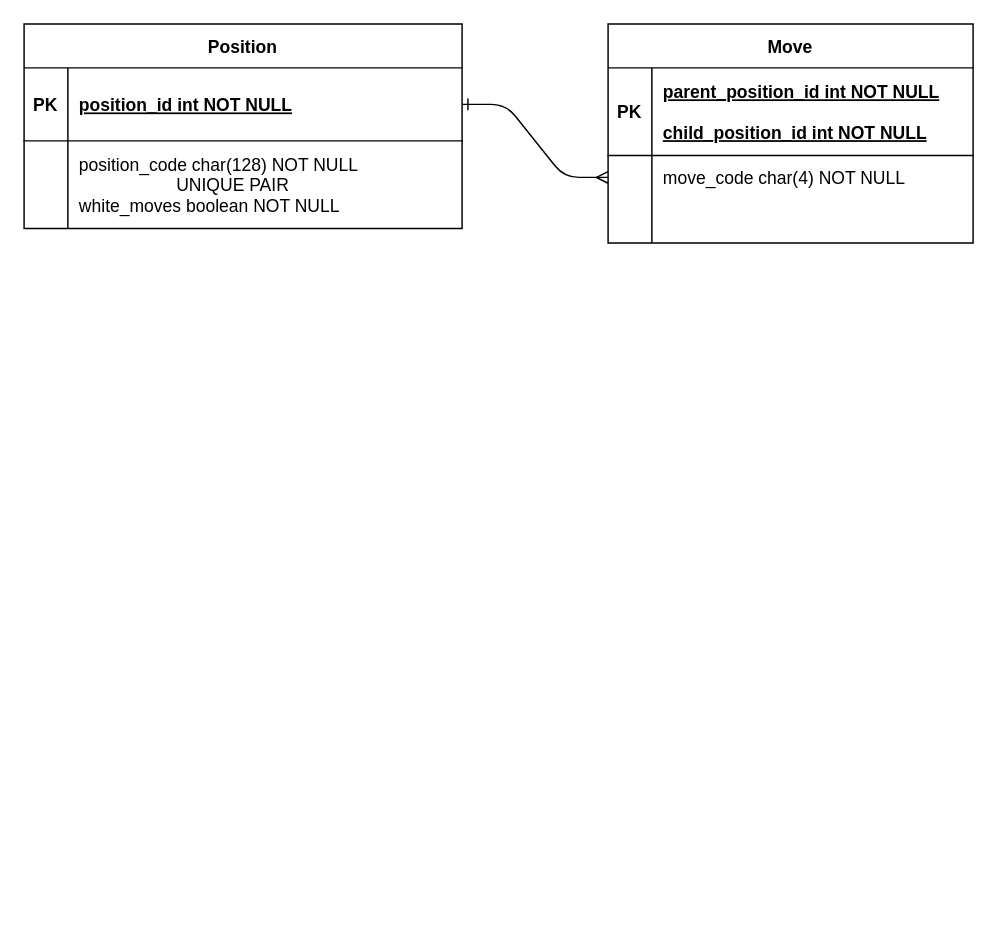
Before: documentation/database.drawio in skoda-octavia/chessEngine, a draw.io diagram. Source tidied: cells renumbered, new cells numbered last; positions are measured from the earlier drawing's top-left corner, leaving out a move shared by most shapes. Both pictures are drawn from the tidied source at 146%, with x=0, y=0 at pixel (23, 23).
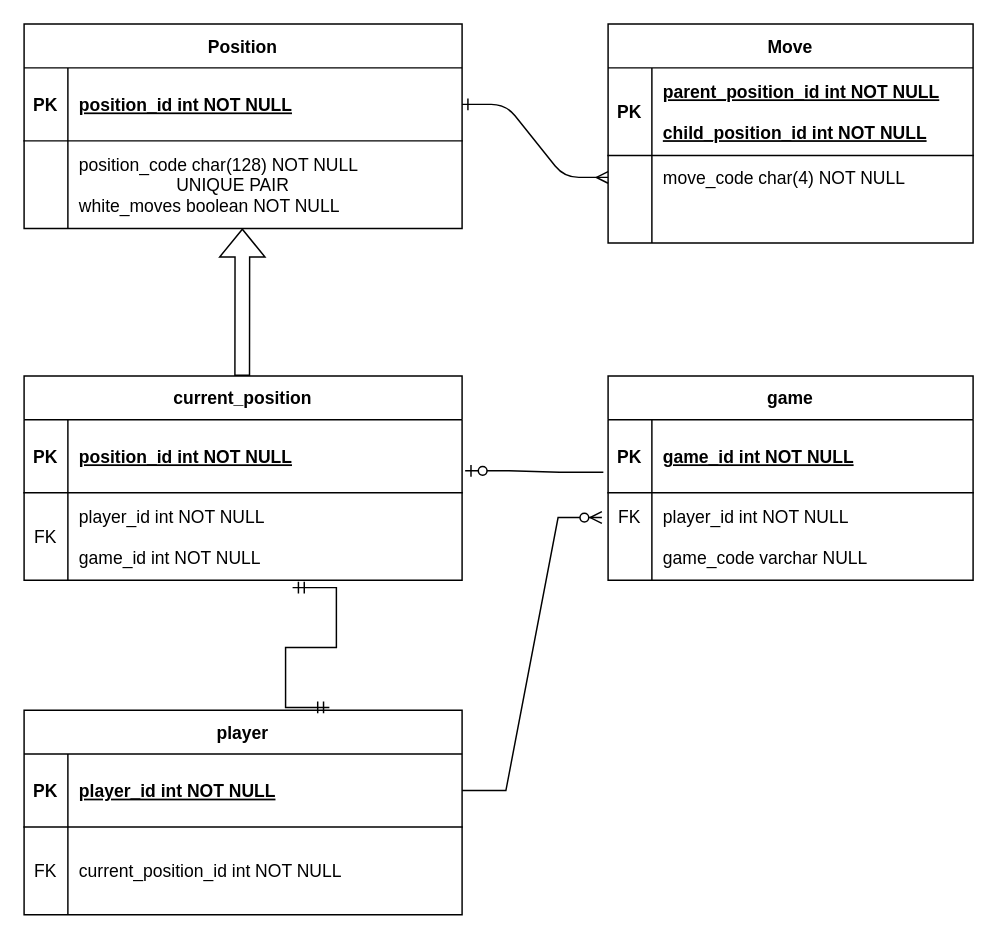
The same page after the edit.

Commit message (it also covers changes not shown here):
database extended

What changed in the source:
```diff
@@
+    <mxCell id="20" value="current_position" style="shape=table;startSize=30;childLayout=tableLayout;rowLines=0;fontStyle=1;align=center;" parent="1" vertex="1">
+      <mxGeometry y="241" width="300" height="140" as="geometry" />
+    </mxCell>
+    <mxCell id="21" style="shape=partialRectangle;fillColor=none;points=[[0,0.5],[1,0.5]];portConstraint=eastwest;top=0;left=0;right=0;bottom=1;" parent="20" vertex="1">
+      <mxGeometry y="30" width="300" height="50" as="geometry" />
+    </mxCell>
+    <mxCell id="22" value="PK" style="shape=partialRectangle;overflow=hidden;fillColor=none;top=0;left=0;bottom=0;right=0;fontStyle=1;" parent="21" vertex="1">
+      <mxGeometry width="30" height="50" as="geometry" />
+    </mxCell>
+    <mxCell id="23" value="position_id int NOT NULL" style="shape=partialRectangle;overflow=hidden;fillColor=none;top=0;left=0;bottom=0;right=0;align=left;spacingLeft=6;fontStyle=5;" parent="21" vertex="1">
+      <mxGeometry x="30" width="270" height="50" as="geometry" />
+    </mxCell>
+    <mxCell id="24" style="shape=partialRectangle;fillColor=none;points=[[0,0.5],[1,0.5]];portConstraint=eastwest;top=0;left=0;right=0;bottom=0;" parent="20" vertex="1">
+      <mxGeometry y="80" width="300" height="60" as="geometry" />
+    </mxCell>
+    <mxCell id="25" value="FK" style="shape=partialRectangle;overflow=hidden;fillColor=none;top=0;left=0;bottom=0;right=0;" parent="24" vertex="1">
+      <mxGeometry width="30" height="60" as="geometry" />
+    </mxCell>
+    <mxCell id="26" value="player_id int NOT NULL&#10;&#10;game_id int NOT NULL" style="shape=partialRectangle;overflow=hidden;fillColor=none;top=0;left=0;bottom=0;right=0;align=left;spacingLeft=6;" parent="24" vertex="1">
+      <mxGeometry x="30" width="270" height="60" as="geometry" />
+    </mxCell>
+    <mxCell id="27" style="shape=flexArrow;endArrow=classic;html=1;rounded=0;entryX=0.41;entryY=1.033;entryDx=0;entryDy=0;entryPerimeter=0;exitX=0.498;exitY=0;exitDx=0;exitDy=0;exitPerimeter=0;" parent="1" edge="1" source="20">
+      <mxGeometry relative="1" as="geometry">
+        <mxPoint x="149.5" y="140" as="targetPoint" />
+      </mxGeometry>
+    </mxCell>
+    <mxCell id="28" value="game" style="shape=table;startSize=30;childLayout=tableLayout;rowLines=0;fontStyle=1;align=center;" parent="1" vertex="1">
+      <mxGeometry x="400" y="241" width="250" height="140" as="geometry" />
+    </mxCell>
+    <mxCell id="29" style="shape=partialRectangle;fillColor=none;points=[[0,0.5],[1,0.5]];portConstraint=eastwest;top=0;left=0;right=0;bottom=1;" parent="28" vertex="1">
+      <mxGeometry y="30" width="250" height="50" as="geometry" />
+    </mxCell>
+    <mxCell id="30" value="PK" style="shape=partialRectangle;overflow=hidden;fillColor=none;top=0;left=0;bottom=0;right=0;fontStyle=1;" parent="29" vertex="1">
+      <mxGeometry width="30" height="50" as="geometry" />
+    </mxCell>
+    <mxCell id="31" value="game_id int NOT NULL" style="shape=partialRectangle;overflow=hidden;fillColor=none;top=0;left=0;bottom=0;right=0;align=left;spacingLeft=6;fontStyle=5;" parent="29" vertex="1">
+      <mxGeometry x="30" width="220" height="50" as="geometry" />
+    </mxCell>
+    <mxCell id="32" style="shape=partialRectangle;fillColor=none;points=[[0,0.5],[1,0.5]];portConstraint=eastwest;top=0;left=0;right=0;bottom=0;" parent="28" vertex="1">
+      <mxGeometry y="80" width="250" height="60" as="geometry" />
+    </mxCell>
+    <mxCell id="33" value="FK&#10;&#10;" style="shape=partialRectangle;overflow=hidden;fillColor=none;top=0;left=0;bottom=0;right=0;" parent="32" vertex="1">
+      <mxGeometry width="30" height="60" as="geometry" />
+    </mxCell>
+    <mxCell id="34" value="player_id int NOT NULL&#10;&#10;game_code varchar NULL" style="shape=partialRectangle;overflow=hidden;fillColor=none;top=0;left=0;bottom=0;right=0;align=left;spacingLeft=6;" parent="32" vertex="1">
+      <mxGeometry x="30" width="220" height="60" as="geometry" />
+    </mxCell>
+    <mxCell id="35" style="edgeStyle=entityRelationEdgeStyle;fontSize=12;html=1;endArrow=ERzeroToOne;endFill=1;rounded=0;entryX=1.007;entryY=0.7;entryDx=0;entryDy=0;entryPerimeter=0;exitX=-0.013;exitY=0.72;exitDx=0;exitDy=0;exitPerimeter=0;" parent="1" edge="1" source="29" target="21">
+      <mxGeometry relative="1" as="geometry" />
+    </mxCell>
+    <mxCell id="36" value="player" style="shape=table;startSize=30;childLayout=tableLayout;rowLines=0;fontStyle=1;align=center;" parent="1" vertex="1">
+      <mxGeometry y="470" width="300" height="140" as="geometry" />
+    </mxCell>
+    <mxCell id="37" style="shape=partialRectangle;fillColor=none;points=[[0,0.5],[1,0.5]];portConstraint=eastwest;top=0;left=0;right=0;bottom=1;" parent="36" vertex="1">
+      <mxGeometry y="30" width="300" height="50" as="geometry" />
+    </mxCell>
+    <mxCell id="38" value="PK" style="shape=partialRectangle;overflow=hidden;fillColor=none;top=0;left=0;bottom=0;right=0;fontStyle=1;" parent="37" vertex="1">
+      <mxGeometry width="30" height="50" as="geometry" />
+    </mxCell>
+    <mxCell id="39" value="player_id int NOT NULL" style="shape=partialRectangle;overflow=hidden;fillColor=none;top=0;left=0;bottom=0;right=0;align=left;spacingLeft=6;fontStyle=5;" parent="37" vertex="1">
+      <mxGeometry x="30" width="270" height="50" as="geometry" />
+    </mxCell>
+    <mxCell id="40" style="shape=partialRectangle;fillColor=none;top=0;left=0;right=0;bottom=0;" parent="36" vertex="1">
+      <mxGeometry y="80" width="300" height="60" as="geometry" />
+    </mxCell>
+    <mxCell id="41" value="FK" style="shape=partialRectangle;overflow=hidden;fillColor=none;top=0;left=0;bottom=0;right=0;" parent="40" vertex="1">
+      <mxGeometry width="30" height="60" as="geometry" />
+    </mxCell>
+    <mxCell id="42" value="current_position_id int NOT NULL" style="shape=partialRectangle;overflow=hidden;fillColor=none;top=0;left=0;bottom=0;right=0;align=left;spacingLeft=6;" parent="40" vertex="1">
+      <mxGeometry x="30" width="270" height="60" as="geometry" />
+    </mxCell>
+    <mxCell id="43" style="edgeStyle=entityRelationEdgeStyle;fontSize=12;html=1;endArrow=ERzeroToMany;endFill=1;rounded=0;entryX=-0.017;entryY=0.283;entryDx=0;entryDy=0;entryPerimeter=0;exitX=1;exitY=0.5;exitDx=0;exitDy=0;" parent="1" edge="1" source="37" target="32">
+      <mxGeometry relative="1" as="geometry">
+        <Array as="points">
+          <mxPoint x="197" y="483" />
+          <mxPoint x="160" y="566" />
+          <mxPoint x="197" y="483" />
+        </Array>
+      </mxGeometry>
+    </mxCell>
+    <mxCell id="44" style="edgeStyle=entityRelationEdgeStyle;fontSize=12;html=1;endArrow=ERmandOne;startArrow=ERmandOne;rounded=0;exitX=0.697;exitY=-0.014;exitDx=0;exitDy=0;exitPerimeter=0;entryX=0.613;entryY=1.083;entryDx=0;entryDy=0;entryPerimeter=0;" parent="1" edge="1" source="36" target="24">
+      <mxGeometry relative="1" as="geometry">
+        <Array as="points">
+          <mxPoint x="350" y="250" />
+        </Array>
+      </mxGeometry>
+    </mxCell>
```
